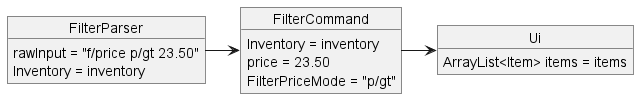
The PlantUML diagram docs/UML/Filter/FilterStep5.png in nus-cs2113-AY2223S2/tp, before a commit. The source it was exported from:
```plantuml
@startuml
object FilterParser{
    rawInput = "f/price p/gt 23.50"
    Inventory = inventory
}
object FilterCommand{
    Inventory = inventory
    price = 23.50
    FilterPriceMode = "p/gt"
}
object Ui{
    ArrayList<Item> items = items
}
FilterParser -> FilterCommand
FilterCommand -> Ui
@enduml
```
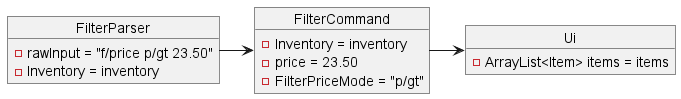
The same diagram one commit later.

What changed in the source:
```diff
@@ -1,15 +1,15 @@
 @startuml
 object FilterParser{
-    rawInput = "f/price p/gt 23.50"
-    Inventory = inventory
+    - rawInput = "f/price p/gt 23.50"
+    - Inventory = inventory
 }
 object FilterCommand{
-    Inventory = inventory
-    price = 23.50
-    FilterPriceMode = "p/gt"
+    - Inventory = inventory
+    - price = 23.50
+    - FilterPriceMode = "p/gt"
 }
 object Ui{
-    ArrayList<Item> items = items
+    - ArrayList<Item> items = items
 }
 FilterParser -> FilterCommand
 FilterCommand -> Ui
```
